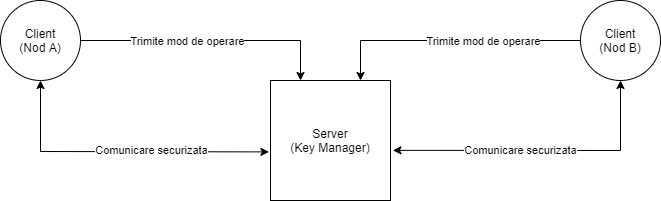
This is diagrama.png from CalinRogoza/Encryption-simulator, a draw.io export, as it was before one commit. Source tidied: cells renumbered, new cells last; positions are measured from the earlier drawing's top-left corner, leaving out a move shared by most shapes. Its diagram source:
```xml
<mxGraphModel>
  <root>
    <mxCell id="0" />
    <mxCell id="1" parent="0" />
    <mxCell id="2" value="Server&lt;br&gt;(Key Manager)" style="whiteSpace=wrap;html=1;" parent="1" vertex="1">
      <mxGeometry x="270" y="80" width="120" height="120" as="geometry" />
    </mxCell>
    <mxCell id="3" value="Client&lt;br&gt;(Nod A)" style="ellipse;whiteSpace=wrap;html=1;" parent="1" vertex="1">
      <mxGeometry width="80" height="80" as="geometry" />
    </mxCell>
    <mxCell id="4" value="Client&lt;br&gt;(Nod B)" style="ellipse;whiteSpace=wrap;html=1;" parent="1" vertex="1">
      <mxGeometry x="580" width="80" height="80" as="geometry" />
    </mxCell>
    <mxCell id="5" style="endArrow=classic;html=1;exitX=1;exitY=0.5;exitDx=0;exitDy=0;rounded=0;entryX=0.25;entryY=0;entryDx=0;entryDy=0;" parent="1" edge="1" source="3" target="2">
      <mxGeometry relative="1" as="geometry">
        <Array as="points">
          <mxPoint x="300" y="40" />
        </Array>
      </mxGeometry>
    </mxCell>
    <mxCell id="6" value="Trimite mod de operare" style="edgeLabel;html=1;align=center;verticalAlign=middle;" parent="5" vertex="1">
      <mxGeometry x="-0.35" y="-3" relative="1" as="geometry">
        <mxPoint x="22" y="-3" as="offset" />
      </mxGeometry>
    </mxCell>
    <mxCell id="7" style="endArrow=classic;html=1;exitX=0;exitY=0.5;exitDx=0;exitDy=0;rounded=0;entryX=0.75;entryY=0;entryDx=0;entryDy=0;" parent="1" edge="1" source="4" target="2">
      <mxGeometry relative="1" as="geometry">
        <Array as="points">
          <mxPoint x="360" y="40" />
        </Array>
      </mxGeometry>
    </mxCell>
    <mxCell id="8" value="Trimite mod de operare" style="edgeLabel;html=1;align=center;verticalAlign=middle;" parent="7" vertex="1">
      <mxGeometry x="-0.35" y="-3" relative="1" as="geometry">
        <mxPoint x="-14" y="3" as="offset" />
      </mxGeometry>
    </mxCell>
    <mxCell id="9" style="endArrow=classic;startArrow=classic;html=1;entryX=0.5;entryY=1;entryDx=0;entryDy=0;exitX=-0.013;exitY=0.595;exitDx=0;exitDy=0;exitPerimeter=0;rounded=0;" parent="1" edge="1" source="2" target="3">
      <mxGeometry relative="1" as="geometry">
        <Array as="points">
          <mxPoint x="40" y="151" />
        </Array>
      </mxGeometry>
    </mxCell>
    <mxCell id="10" value="Comunicare securizata" style="edgeLabel;html=1;align=center;verticalAlign=middle;" parent="9" vertex="1">
      <mxGeometry x="0.03" y="3" relative="1" as="geometry">
        <mxPoint x="36.6" y="-4.1" as="offset" />
      </mxGeometry>
    </mxCell>
    <mxCell id="11" style="endArrow=classic;startArrow=classic;html=1;entryX=0.5;entryY=1;entryDx=0;entryDy=0;exitX=1.02;exitY=0.582;exitDx=0;exitDy=0;exitPerimeter=0;rounded=0;" parent="1" edge="1" source="2" target="4">
      <mxGeometry relative="1" as="geometry">
        <Array as="points">
          <mxPoint x="620" y="150" />
        </Array>
      </mxGeometry>
    </mxCell>
    <mxCell id="12" value="Comunicare securizata" style="edgeLabel;html=1;align=center;verticalAlign=middle;" parent="11" vertex="1">
      <mxGeometry x="-0.07" y="-2" relative="1" as="geometry">
        <mxPoint x="-10.4" y="-1.9" as="offset" />
      </mxGeometry>
    </mxCell>
  </root>
</mxGraphModel>
```
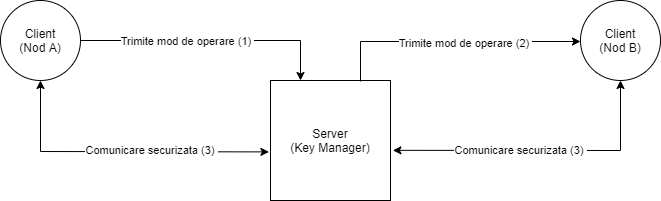
Above is the later version.

Change to the diagram source:
```diff
@@ -18,23 +18,11 @@
         </Array>
       </mxGeometry>
     </mxCell>
-    <mxCell id="6" value="Trimite mod de operare" style="edgeLabel;html=1;align=center;verticalAlign=middle;" parent="5" vertex="1">
+    <mxCell id="6" value="Trimite mod de operare (1)&amp;nbsp;" style="edgeLabel;html=1;align=center;verticalAlign=middle;" parent="5" vertex="1">
       <mxGeometry x="-0.35" y="-3" relative="1" as="geometry">
         <mxPoint x="22" y="-3" as="offset" />
       </mxGeometry>
     </mxCell>
-    <mxCell id="7" style="endArrow=classic;html=1;exitX=0;exitY=0.5;exitDx=0;exitDy=0;rounded=0;entryX=0.75;entryY=0;entryDx=0;entryDy=0;" parent="1" edge="1" source="4" target="2">
-      <mxGeometry relative="1" as="geometry">
-        <Array as="points">
-          <mxPoint x="360" y="40" />
-        </Array>
-      </mxGeometry>
-    </mxCell>
-    <mxCell id="8" value="Trimite mod de operare" style="edgeLabel;html=1;align=center;verticalAlign=middle;" parent="7" vertex="1">
-      <mxGeometry x="-0.35" y="-3" relative="1" as="geometry">
-        <mxPoint x="-14" y="3" as="offset" />
-      </mxGeometry>
-    </mxCell>
     <mxCell id="9" style="endArrow=classic;startArrow=classic;html=1;entryX=0.5;entryY=1;entryDx=0;entryDy=0;exitX=-0.013;exitY=0.595;exitDx=0;exitDy=0;exitPerimeter=0;rounded=0;" parent="1" edge="1" source="2" target="3">
       <mxGeometry relative="1" as="geometry">
         <Array as="points">
@@ -42,7 +30,7 @@
         </Array>
       </mxGeometry>
     </mxCell>
-    <mxCell id="10" value="Comunicare securizata" style="edgeLabel;html=1;align=center;verticalAlign=middle;" parent="9" vertex="1">
+    <mxCell id="10" value="Comunicare securizata (3)&amp;nbsp;" style="edgeLabel;html=1;align=center;verticalAlign=middle;" parent="9" vertex="1">
       <mxGeometry x="0.03" y="3" relative="1" as="geometry">
         <mxPoint x="36.6" y="-4.1" as="offset" />
       </mxGeometry>
@@ -54,10 +42,23 @@
         </Array>
       </mxGeometry>
     </mxCell>
-    <mxCell id="12" value="Comunicare securizata" style="edgeLabel;html=1;align=center;verticalAlign=middle;" parent="11" vertex="1">
+    <mxCell id="12" value="Comunicare securizata (3)&amp;nbsp;" style="edgeLabel;html=1;align=center;verticalAlign=middle;" parent="11" vertex="1">
       <mxGeometry x="-0.07" y="-2" relative="1" as="geometry">
         <mxPoint x="-10.4" y="-1.9" as="offset" />
       </mxGeometry>
     </mxCell>
+    <mxCell id="13" style="endArrow=classic;html=1;entryX=0;entryY=0.5;entryDx=0;entryDy=0;exitX=0.75;exitY=0;exitDx=0;exitDy=0;rounded=0;" parent="1" edge="1">
+      <mxGeometry relative="1" as="geometry">
+        <mxPoint x="360" y="81" as="sourcePoint" />
+        <mxPoint x="580" y="41" as="targetPoint" />
+        <Array as="points">
+          <mxPoint x="360" y="41" />
+          <mxPoint x="420" y="41" />
+        </Array>
+      </mxGeometry>
+    </mxCell>
+    <mxCell id="14" value="Trimite mod de operare (2)&amp;nbsp;" style="edgeLabel;html=1;align=center;verticalAlign=middle;" parent="13" vertex="1">
+      <mxGeometry x="0.11" y="-1" relative="1" as="geometry" />
+    </mxCell>
   </root>
 </mxGraphModel>
```
